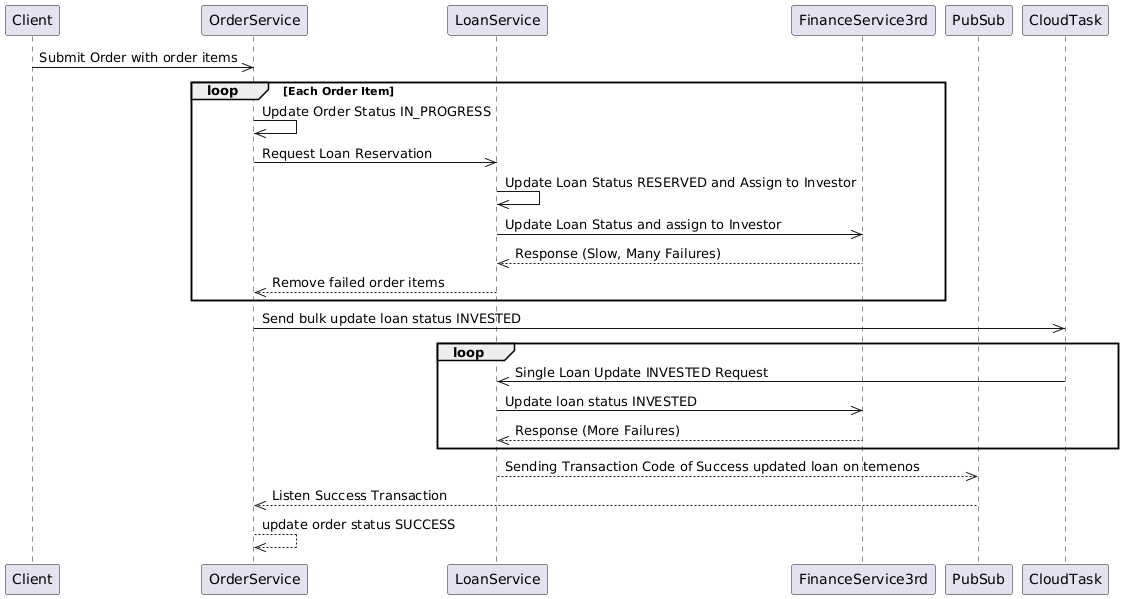
Before: new-existing-system.png, a diagram exported from PlantUML (goesbams/order-system-design-problem). Source of this version:
```plantuml
@startuml
participant Client
  participant OrderService
  participant LoanService
  participant FinanceService3rd
  participant PubSub

  Client->>OrderService: Submit Order with order items
  loop Each Order Item
      OrderService->>OrderService: Update Order Status IN_PROGRESS
      OrderService->>LoanService: Request Loan Reservation
      LoanService->>LoanService: Update Loan Status RESERVED and Assign to Investor
      LoanService->>FinanceService3rd: Update Loan Status and assign to Investor
      FinanceService3rd-->>LoanService: Response (Slow, Many Failures)
      LoanService-->>OrderService: Remove failed order items
  end
  OrderService->>CloudTask: Send bulk update loan status INVESTED

  loop
    CloudTask->>LoanService: Single Loan Update INVESTED Request
    LoanService->>FinanceService3rd: Update loan status INVESTED
    FinanceService3rd-->>LoanService: Response (More Failures)
  end

  LoanService-->>PubSub: Sending Transaction Code of Success updated loan on temenos
  PubSub-->>OrderService: Listen Success Transaction
  OrderService-->>OrderService:  update order status SUCCESS
@enduml
```
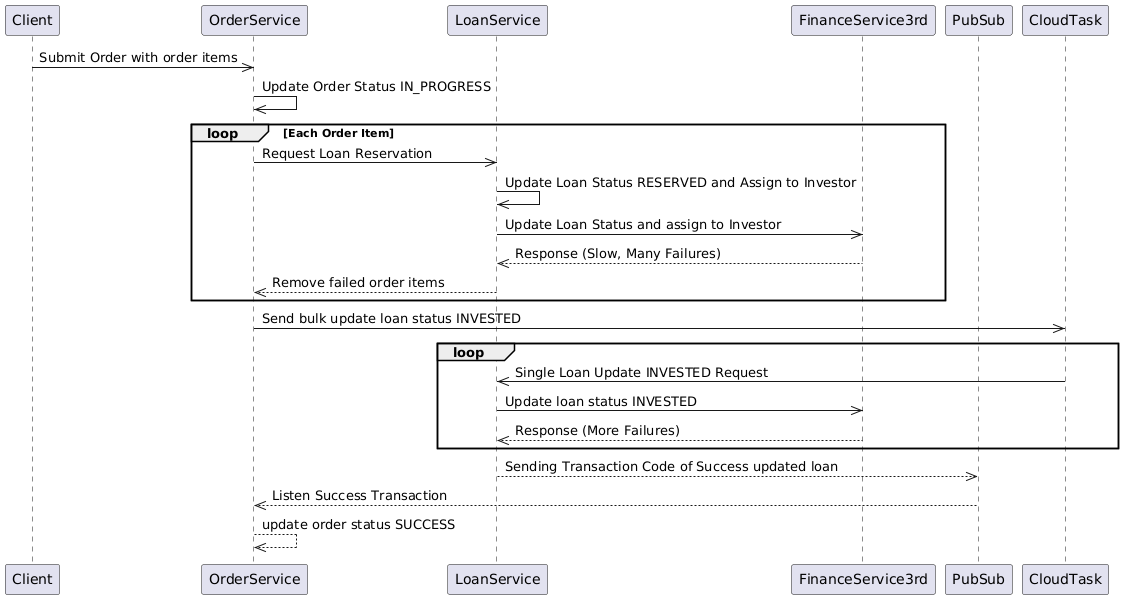
After the change.

Commit message:
docs: fixing sequence diagram order flow existing system

What changed in the source:
```diff
@@ -6,8 +6,9 @@
   participant PubSub
 
   Client->>OrderService: Submit Order with order items
+  OrderService->>OrderService: Update Order Status IN_PROGRESS
+
   loop Each Order Item
-      OrderService->>OrderService: Update Order Status IN_PROGRESS
       OrderService->>LoanService: Request Loan Reservation
       LoanService->>LoanService: Update Loan Status RESERVED and Assign to Investor
       LoanService->>FinanceService3rd: Update Loan Status and assign to Investor
@@ -22,7 +23,7 @@
     FinanceService3rd-->>LoanService: Response (More Failures)
   end
 
-  LoanService-->>PubSub: Sending Transaction Code of Success updated loan on temenos
+  LoanService-->>PubSub: Sending Transaction Code of Success updated loan
   PubSub-->>OrderService: Listen Success Transaction
   OrderService-->>OrderService:  update order status SUCCESS
-@enduml
+@endum
```
